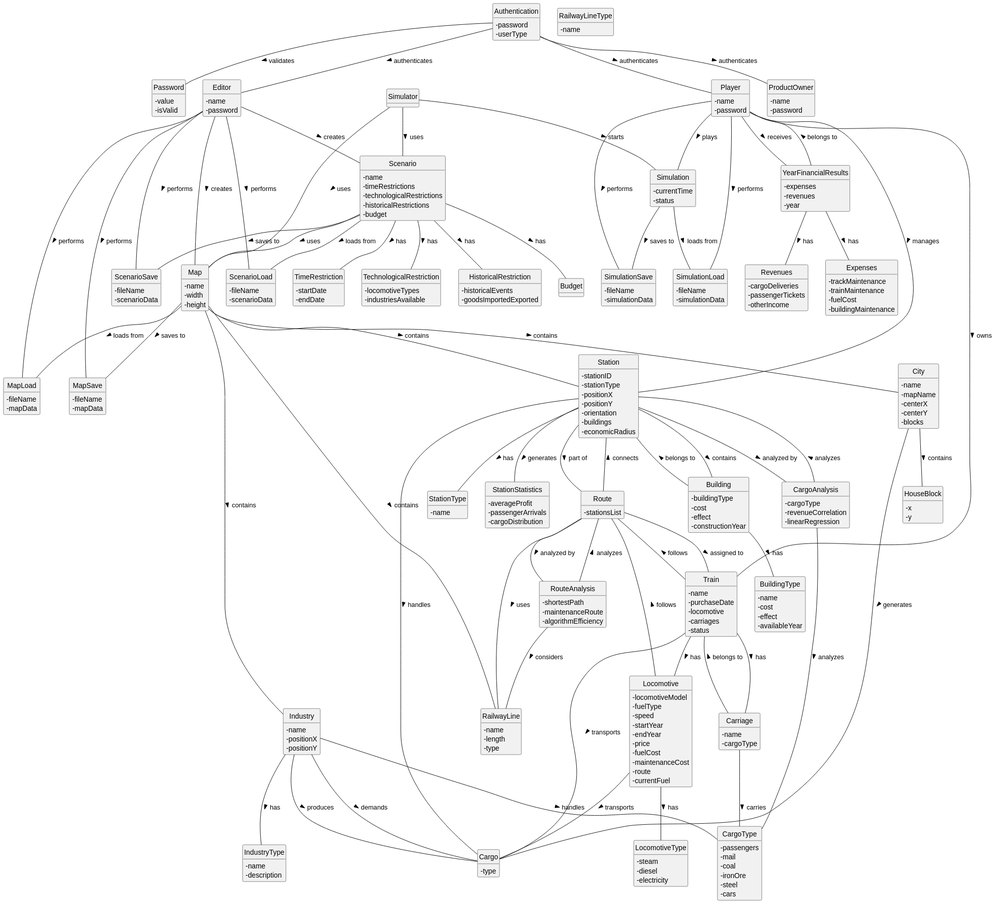
Above: docs/sprint3/global-artifacts/02.analysis/svg/project-domain-model.svg in ivasduarte/all-aboard (PlantUML), before the change.
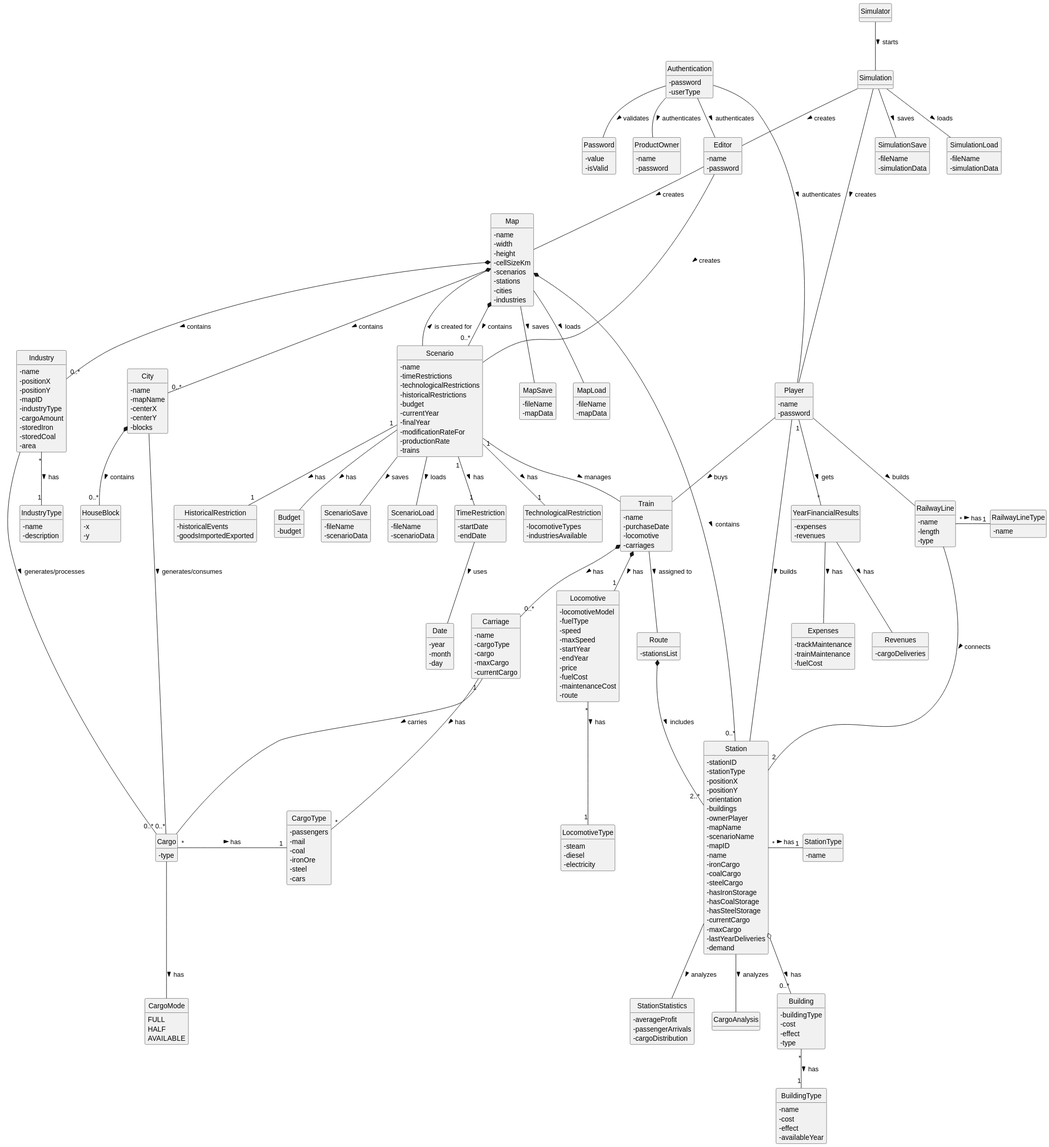
Later version of the same file.

Commit message:
(docs): updated project domain model

Change to the diagram source:
```diff
@@ -10,53 +10,32 @@
 class Authentication {
     - password
     - userType
-    + validateUser()
-    + authenticate()
 }
 
 class Password {
     - value
     - isValid
-    + validate()
-    + encrypt()
 }
 
 class Editor {
     - name
     - password
-    + createMap()
-    + createScenario()
-    + saveMap()
-    + loadMap()
 }
 
 class Player {
     - name
     - password
-    + playSimulation()
-    + saveSimulation()
-    + loadSimulation()
 }
 
 class ProductOwner {
     - name
     - password
-    + definePriorities()
-    + validateRequirements()
 }
 
 class Simulator {
-    + startSimulation()
-    + pauseSimulation()
-    + stopSimulation()
 }
 
 class Simulation {
-    - currentTime
-    - status
-    + update()
-    + saveState()
-    + loadState()
 }
 
 class SimulationSave {
@@ -93,6 +72,11 @@
     - name
     - width
     - height
+    - cellSizeKm
+    - scenarios
+    - stations
+    - cities
+    - industries
 }
 
 class City {
@@ -112,6 +96,12 @@
     - name
     - positionX
     - positionY
+    - mapID
+    - industryType
+    - cargoAmount
+    - storedIron
+    - storedCoal
+    - area
 }
 
 class IndustryType {
@@ -125,6 +115,11 @@
     - technologicalRestrictions
     - historicalRestrictions
     - budget
+    - currentYear
+    - finalYear
+    - modificationRateFor
+    - productionRate
+    - trains
 }
 
 class TimeRestriction {
@@ -149,9 +144,21 @@
     - positionY
     - orientation
     - buildings
-    - economicRadius
-    + calculateStatistics()
-    + updateCargoDistribution()
+    - ownerPlayer
+    - mapName
+    - scenarioName
+    - mapID
+    - name
+    - ironCargo
+    - coalCargo
+    - steelCargo
+    - hasIronStorage
+    - hasCoalStorage
+    - hasSteelStorage
+    - currentCargo
+    - maxCargo
+    - lastYearDeliveries
+    - demand
 }
 
 class StationType {
@@ -162,9 +169,7 @@
     - buildingType
     - cost
     - effect
-    - constructionYear
-    + calculateMaintenanceCost()
-    + applyEffect()
+    - type
 }
 
 class BuildingType {
@@ -206,24 +211,19 @@
     - purchaseDate
     - locomotive
     - carriages
-    - status
-    + calculateMaintenanceCost()
-    + updatePosition()
 }
 
 class Locomotive {
     - locomotiveModel
     - fuelType
     - speed
+    - maxSpeed
     - startYear
     - endYear
     - price
     - fuelCost
     - maintenanceCost
     - route
-    - currentFuel
-    + calculateFuelConsumption()
-    + checkMaintenance()
 }
 
 class LocomotiveType {
@@ -235,29 +235,24 @@
 class Carriage {
     - name
     - cargoType
+    - cargo
+    - maxCargo
+    - currentCargo
 }
 
 class YearFinancialResults {
     - expenses
     - revenues
-    - year
-    + calculateProfit()
-    + generateReport()
 }
 
 class Expenses {
     - trackMaintenance
     - trainMaintenance
     - fuelCost
-    - buildingMaintenance
-    + calculateTotal()
 }
 
 class Revenues {
     - cargoDeliveries
-    - passengerTickets
-    - otherIncome
-    + calculateTotal()
 }
 
 class StationStatistics {
@@ -266,16 +261,20 @@
     - cargoDistribution
 }
 
-class CargoAnalysis {
-    - cargoType
-    - revenueCorrelation
-    - linearRegression
+class Budget {
+    - budget
 }
 
-class RouteAnalysis {
-    - shortestPath
-    - maintenanceRoute
-    - algorithmEfficiency
+class Date {
+    - year
+    - month
+    - day
+}
+
+enum CargoMode {
+    FULL
+    HALF
+    AVAILABLE
 }
 
 Authentication -- Password : validates >
@@ -284,82 +283,63 @@
 Authentication -- ProductOwner : authenticates >
 
 Simulator -- Simulation : starts >
-Simulator -- Map : uses >
-Simulator -- Scenario : uses >
+Simulation -- Player: creates >
+Simulation -- Editor: creates >
+Simulation -- SimulationSave : saves >
+Simulation -- SimulationLoad : loads >
+
+Map *-- "0..*" City : contains >
+Map *-- "0..*" Industry : contains >
+Map *-- "0..*" Station : contains >
+Map *-- "0..*" Scenario : contains >
+Map -- MapSave : saves >
+Map -- MapLoad : loads >
+
+City *-- "0..*" HouseBlock : contains >
+City -- "0..*" Cargo : generates/consumes >
+
+Industry "*" -- "1" IndustryType : has >
+Industry -- "0..*" Cargo : generates/processes >
+
+Scenario -- Map : is created for >
+Scenario "1" -- "1" TimeRestriction : has >
+Scenario "1" -- "1" TechnologicalRestriction : has >
+Scenario "1" -- "1" HistoricalRestriction : has >
+Scenario -- Budget : has >
+Scenario -- Train : manages >
+Scenario -- ScenarioSave : saves >
+Scenario -- ScenarioLoad : loads >
+
+Station o-- "0..*" Building : has >
+Station "*" - "1" StationType : has >
+Station -- StationStatistics : analyzes >
+Station -- CargoAnalysis : analyzes >
+Building "*" -- "1" BuildingType : has >
+
+RailwayLine -- "2" Station : connects >
+RailwayLine "*" - "1" RailwayLineType : has >
+Route *-- "2..*" Station : includes >
+
+Player -- Station : builds >
+Player -- RailwayLine : builds >
+Player -- Train : buys >
+Player "1" -- "*" YearFinancialResults : gets >
+
+YearFinancialResults -- Expenses : has >
+YearFinancialResults -- Revenues : has >
+
+Train *-- "1" Locomotive : has >
+Train *-- "0..*" Carriage : has >
+Train -- Route : assigned to >
+Locomotive "*" -- "1" LocomotiveType : has >
+
+Carriage "1" - "*" CargoType : has >
+Carriage -- Cargo : carries >
+Cargo "*" - "1" CargoType : has >
+Cargo -- CargoMode : has >
 
 Editor -- Map : creates >
 Editor -- Scenario : creates >
-Editor -- MapSave : performs >
-Editor -- MapLoad : performs >
-Editor -- ScenarioSave : performs >
-Editor -- ScenarioLoad : performs >
 
-Player -- Simulation : plays >
-Player -- SimulationSave : performs >
-Player -- SimulationLoad : performs >
-Player -- Train : owns >
-Player -- Station : manages >
-Player -- YearFinancialResults : receives >
-
-Map -- City : contains >
-Map -- Industry : contains >
-Map -- Station : contains >
-Map -- RailwayLine : contains >
-
-City -- HouseBlock : contains >
-City -- Cargo : generates >
-
-Industry -- IndustryType : has >
-Industry -- Cargo : produces >
-Industry -- Cargo : demands >
-Industry -- CargoType : handles >
-
-Scenario -- TimeRestriction : has >
-Scenario -- TechnologicalRestriction : has >
-Scenario -- HistoricalRestriction : has >
-Scenario -- Budget : has >
-Scenario -- Map : uses >
-
-Station -- StationType : has >
-Station -- Building : contains >
-Station -- Cargo : handles >
-Station -- StationStatistics : generates >
-Station -- CargoAnalysis : analyzed by >
-Station -- Route : part of >
-
-Building -- BuildingType : has >
-Building -- Station : belongs to >
-
-Route -- Station : connects >
-Route -- RailwayLine : uses >
-Route -- RouteAnalysis : analyzed by >
-Route -- Train : assigned to >
-
-Train -- Locomotive : has >
-Train -- Carriage : has >
-Train -- Route : follows >
-Train -- Cargo : transports >
-
-Locomotive -- LocomotiveType : has >
-Locomotive -- Cargo : transports >
-Locomotive -- Route : follows >
-
-Carriage -- CargoType : carries >
-Carriage -- Train : belongs to >
-
-YearFinancialResults -- Expenses : has >
-YearFinancialResults -- Revenues : has >
-YearFinancialResults -- Player : belongs to >
-
-CargoAnalysis -- CargoType : analyzes >
-CargoAnalysis -- Station : analyzes >
-RouteAnalysis -- Route : analyzes >
-RouteAnalysis -- RailwayLine : considers >
-
-Simulation -- SimulationSave : saves to >
-Simulation -- SimulationLoad : loads from >
-Map -- MapSave : saves to >
-Map -- MapLoad : loads from >
-Scenario -- ScenarioSave : saves to >
-Scenario -- ScenarioLoad : loads from >
+TimeRestriction -- Date : uses >
 @enduml
```
